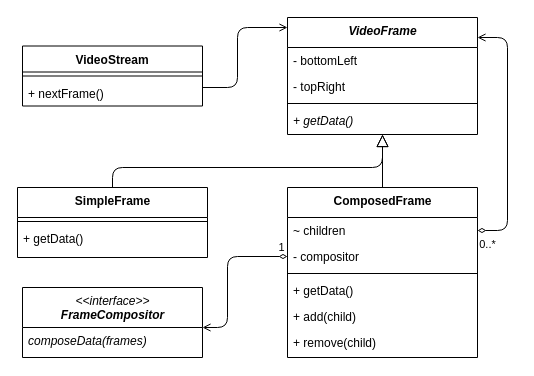
The draw.io diagram page "VideoStream" (4 of 4) of relazione/diagramma/ClassDiagramm.drawio in dichohnf/mp_2023-24, before the edit. Source tidied: cells renumbered, new cells numbered last; positions are measured from the earlier drawing's top-left corner, leaving out a move shared by most shapes. Both pictures are drawn from the tidied source at 100%, with x=0, y=0 at pixel (17, 17).
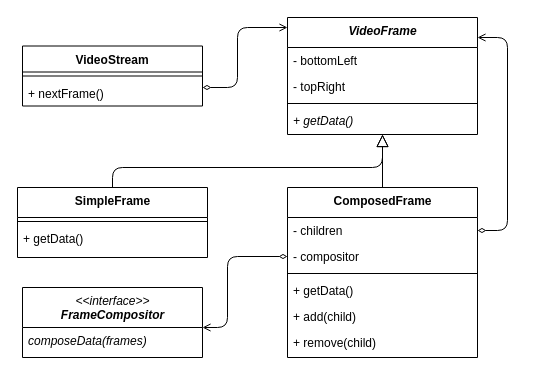
The same page after the edit.

Unchanged cells that the change refers to:
```xml
<mxCell id="4" value="+ nextFrame()" style="text;align=left;verticalAlign=top;spacingLeft=4;spacingRight=4;overflow=hidden;points=[[0,0.5],[1,0.5]];portConstraint=eastwest;fontStyle=0;" parent="2" vertex="1">
  <mxGeometry y="34" width="180" height="26" as="geometry" />
</mxCell>
<mxCell id="5" value="VideoFrame" style="swimlane;fontStyle=3;align=center;verticalAlign=top;horizontal=1;startSize=30;rounded=0;shadow=0;strokeWidth=1;html=1;" parent="1" vertex="1">
  <mxGeometry x="270" width="190" height="117" as="geometry" />
</mxCell>
<mxCell id="16" value="&lt;span style=&quot;font-style: normal;&quot;&gt;ComposedFrame&lt;/span&gt;" style="swimlane;fontStyle=3;align=center;verticalAlign=top;horizontal=1;startSize=30;rounded=0;shadow=0;strokeWidth=1;html=1;" parent="1" vertex="1">
  <mxGeometry x="270" y="170" width="190" height="170" as="geometry" />
</mxCell>
<mxCell id="23" style="edgeStyle=orthogonalEdgeStyle;shape=connector;curved=0;rounded=1;jettySize=auto;html=1;shadow=0;strokeColor=default;strokeWidth=1;align=center;verticalAlign=middle;fontFamily=Helvetica;fontSize=11;fontColor=default;labelBackgroundColor=default;elbow=vertical;startArrow=diamondThin;startFill=0;endArrow=open;endFill=0;endSize=6;" parent="1" edge="1" source="17" target="5">
  <mxGeometry relative="1" as="geometry">
    <Array as="points">
      <mxPoint x="490" y="213" />
      <mxPoint x="490" y="20" />
    </Array>
  </mxGeometry>
</mxCell>
<mxCell id="27" style="edgeStyle=orthogonalEdgeStyle;shape=connector;curved=0;rounded=1;jettySize=auto;html=1;shadow=0;strokeColor=default;strokeWidth=1;align=center;verticalAlign=middle;fontFamily=Helvetica;fontSize=11;fontColor=default;labelBackgroundColor=default;elbow=vertical;startArrow=diamondThin;startFill=0;endArrow=open;endFill=0;endSize=6;" parent="1" edge="1" source="18" target="25">
  <mxGeometry relative="1" as="geometry">
    <Array as="points">
      <mxPoint x="210" y="239" />
      <mxPoint x="210" y="310" />
    </Array>
  </mxGeometry>
</mxCell>
```

Change to the diagram source:
```diff
@@
-    <mxCell id="10" style="edgeStyle=orthogonalEdgeStyle;shape=connector;curved=0;rounded=1;jettySize=auto;html=1;shadow=0;strokeColor=default;strokeWidth=1;align=center;verticalAlign=middle;fontFamily=Helvetica;fontSize=11;fontColor=default;labelBackgroundColor=default;elbow=vertical;startArrow=none;startFill=0;endArrow=open;endFill=0;endSize=6;" parent="1" edge="1" source="4" target="5">
+    <mxCell id="10" style="edgeStyle=orthogonalEdgeStyle;shape=connector;curved=0;rounded=1;jettySize=auto;html=1;shadow=0;strokeColor=default;strokeWidth=1;align=center;verticalAlign=middle;fontFamily=Helvetica;fontSize=11;fontColor=default;labelBackgroundColor=default;elbow=vertical;startArrow=diamondThin;startFill=0;endArrow=open;endFill=0;endSize=6;" parent="1" edge="1" source="4" target="5">
       <mxGeometry relative="1" as="geometry">
         <Array as="points">
           <mxPoint x="220" y="70" />
           <mxPoint x="220" y="10" />
         </Array>
       </mxGeometry>
     </mxCell>
@@
-    <mxCell id="17" value="~ children" style="text;align=left;verticalAlign=top;spacingLeft=4;spacingRight=4;overflow=hidden;points=[[0,0.5],[1,0.5]];portConstraint=eastwest;fontStyle=0;" parent="16" vertex="1">
+    <mxCell id="17" value="- children" style="text;align=left;verticalAlign=top;spacingLeft=4;spacingRight=4;overflow=hidden;points=[[0,0.5],[1,0.5]];portConstraint=eastwest;fontStyle=0;" parent="16" vertex="1">
       <mxGeometry y="30" width="190" height="26" as="geometry" />
     </mxCell>
@@
-    <mxCell id="24" value="0..*" style="edgeLabel;html=1;align=center;verticalAlign=middle;fontFamily=Helvetica;fontSize=11;fontColor=default;labelBackgroundColor=default;" parent="23" vertex="1">
-      <mxGeometry x="-0.98" y="1" relative="1" as="geometry">
-        <mxPoint x="6" y="14" as="offset" />
-      </mxGeometry>
-    </mxCell>
@@
-    <mxCell id="28" value="1" style="edgeLabel;html=1;align=center;verticalAlign=middle;fontFamily=Helvetica;fontSize=11;fontColor=default;labelBackgroundColor=default;" parent="27" vertex="1">
-      <mxGeometry x="-0.92" y="1" relative="1" as="geometry">
-        <mxPoint x="-1" y="-11" as="offset" />
-      </mxGeometry>
-    </mxCell>
```
